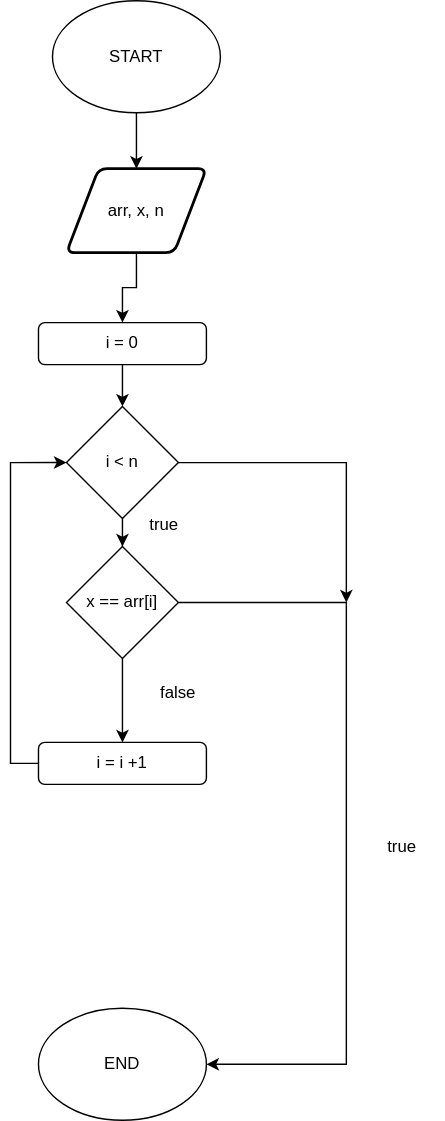
Above: Sequential Search.drawio.svg in FilipKatana/Dijagrami (draw.io), before the change. Source tidied: cells renumbered, new cells last; positions are measured from the earlier drawing's top-left corner, leaving out a move shared by most shapes. Its diagram source:
```xml
<mxGraphModel>
  <root>
    <mxCell id="0" />
    <mxCell id="1" parent="0" />
    <mxCell id="2" style="edgeStyle=orthogonalEdgeStyle;rounded=0;jettySize=auto;html=1;entryX=0.5;entryY=0;entryDx=0;entryDy=0;" parent="1" edge="1" source="3" target="6">
      <mxGeometry relative="1" as="geometry" />
    </mxCell>
    <mxCell id="3" style="ellipse;whiteSpace=wrap;html=1;" parent="1" vertex="1">
      <mxGeometry x="30" width="120" height="80" as="geometry" />
    </mxCell>
    <mxCell id="4" value="START" style="text;html=1;strokeColor=none;fillColor=none;align=center;verticalAlign=middle;whiteSpace=wrap;rounded=0;" parent="1" vertex="1">
      <mxGeometry x="60" y="25" width="60" height="30" as="geometry" />
    </mxCell>
    <mxCell id="5" style="edgeStyle=orthogonalEdgeStyle;rounded=0;jettySize=auto;html=1;" parent="1" edge="1" source="6" target="8">
      <mxGeometry relative="1" as="geometry" />
    </mxCell>
    <mxCell id="6" style="shape=parallelogram;html=1;strokeWidth=2;perimeter=parallelogramPerimeter;whiteSpace=wrap;rounded=1;arcSize=12;size=0.23;" parent="1" vertex="1">
      <mxGeometry x="40" y="120" width="100" height="60" as="geometry" />
    </mxCell>
    <mxCell id="7" value="arr, x, n" style="text;html=1;strokeColor=none;fillColor=none;align=center;verticalAlign=middle;whiteSpace=wrap;rounded=0;" parent="1" vertex="1">
      <mxGeometry x="60" y="135" width="60" height="30" as="geometry" />
    </mxCell>
    <mxCell id="8" style="rounded=1;whiteSpace=wrap;html=1;" parent="1" vertex="1">
      <mxGeometry x="20" y="230" width="120" height="30" as="geometry" />
    </mxCell>
    <mxCell id="9" style="edgeStyle=orthogonalEdgeStyle;rounded=0;jettySize=auto;html=1;" parent="1" edge="1" source="10" target="13">
      <mxGeometry relative="1" as="geometry" />
    </mxCell>
    <mxCell id="10" value="i = 0" style="text;html=1;strokeColor=none;fillColor=none;align=center;verticalAlign=middle;whiteSpace=wrap;rounded=0;" parent="1" vertex="1">
      <mxGeometry x="50" y="230" width="60" height="30" as="geometry" />
    </mxCell>
    <mxCell id="11" style="edgeStyle=orthogonalEdgeStyle;rounded=0;jettySize=auto;html=1;entryX=0.5;entryY=0;entryDx=0;entryDy=0;" parent="1" edge="1" source="13" target="17">
      <mxGeometry relative="1" as="geometry" />
    </mxCell>
    <mxCell id="12" style="edgeStyle=orthogonalEdgeStyle;rounded=0;jettySize=auto;html=1;" parent="1" edge="1" source="13">
      <mxGeometry relative="1" as="geometry">
        <mxPoint x="240" y="430" as="targetPoint" />
      </mxGeometry>
    </mxCell>
    <mxCell id="13" style="rhombus;whiteSpace=wrap;html=1;" parent="1" vertex="1">
      <mxGeometry x="40" y="290" width="80" height="80" as="geometry" />
    </mxCell>
    <mxCell id="14" value="i &amp;lt; n" style="text;html=1;strokeColor=none;fillColor=none;align=center;verticalAlign=middle;whiteSpace=wrap;rounded=0;" parent="1" vertex="1">
      <mxGeometry x="50" y="315" width="60" height="30" as="geometry" />
    </mxCell>
    <mxCell id="15" style="edgeStyle=orthogonalEdgeStyle;rounded=0;jettySize=auto;html=1;entryX=1;entryY=0.5;entryDx=0;entryDy=0;" parent="1" edge="1" source="17" target="19">
      <mxGeometry relative="1" as="geometry">
        <Array as="points">
          <mxPoint x="240" y="430" />
          <mxPoint x="240" y="760" />
        </Array>
      </mxGeometry>
    </mxCell>
    <mxCell id="16" style="edgeStyle=orthogonalEdgeStyle;rounded=0;jettySize=auto;html=1;" parent="1" edge="1" source="17" target="25">
      <mxGeometry relative="1" as="geometry" />
    </mxCell>
    <mxCell id="17" style="rhombus;whiteSpace=wrap;html=1;" parent="1" vertex="1">
      <mxGeometry x="40" y="390" width="80" height="80" as="geometry" />
    </mxCell>
    <mxCell id="18" value="x == arr[i]" style="text;html=1;strokeColor=none;fillColor=none;align=center;verticalAlign=middle;whiteSpace=wrap;rounded=0;" parent="1" vertex="1">
      <mxGeometry x="50" y="415" width="60" height="30" as="geometry" />
    </mxCell>
    <mxCell id="19" style="ellipse;whiteSpace=wrap;html=1;" parent="1" vertex="1">
      <mxGeometry x="20" y="720" width="120" height="80" as="geometry" />
    </mxCell>
    <mxCell id="20" value="END&lt;br&gt;" style="text;html=1;strokeColor=none;fillColor=none;align=center;verticalAlign=middle;whiteSpace=wrap;rounded=0;" parent="1" vertex="1">
      <mxGeometry x="50" y="745" width="60" height="30" as="geometry" />
    </mxCell>
    <mxCell id="21" value="true&lt;br&gt;" style="text;html=1;strokeColor=none;fillColor=none;align=center;verticalAlign=middle;whiteSpace=wrap;rounded=0;" parent="1" vertex="1">
      <mxGeometry x="250" y="590" width="60" height="30" as="geometry" />
    </mxCell>
    <mxCell id="22" value="false&lt;br&gt;" style="text;html=1;strokeColor=none;fillColor=none;align=center;verticalAlign=middle;whiteSpace=wrap;rounded=0;" parent="1" vertex="1">
      <mxGeometry x="90" y="480" width="60" height="30" as="geometry" />
    </mxCell>
    <mxCell id="23" style="edgeStyle=orthogonalEdgeStyle;rounded=0;jettySize=auto;html=1;entryX=0;entryY=0.5;entryDx=0;entryDy=0;" parent="1" edge="1" source="24" target="13">
      <mxGeometry relative="1" as="geometry">
        <Array as="points">
          <mxPoint y="545" />
          <mxPoint y="330" />
        </Array>
      </mxGeometry>
    </mxCell>
    <mxCell id="24" style="rounded=1;whiteSpace=wrap;html=1;" parent="1" vertex="1">
      <mxGeometry x="20" y="530" width="120" height="30" as="geometry" />
    </mxCell>
    <mxCell id="25" value="i = i +1" style="text;html=1;strokeColor=none;fillColor=none;align=center;verticalAlign=middle;whiteSpace=wrap;rounded=0;" parent="1" vertex="1">
      <mxGeometry x="50" y="530" width="60" height="30" as="geometry" />
    </mxCell>
    <mxCell id="26" value="true" style="text;html=1;strokeColor=none;fillColor=none;align=center;verticalAlign=middle;whiteSpace=wrap;rounded=0;" parent="1" vertex="1">
      <mxGeometry x="80" y="360" width="60" height="30" as="geometry" />
    </mxCell>
  </root>
</mxGraphModel>
```
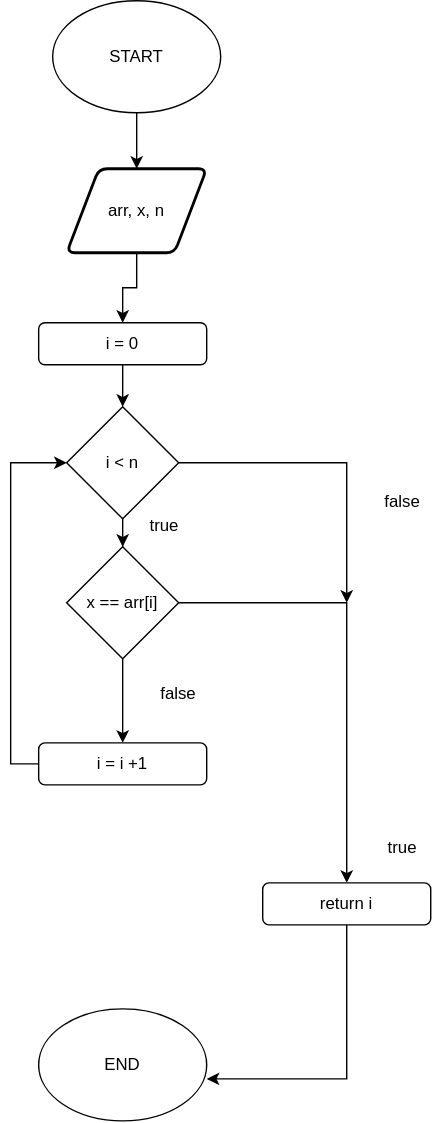
Later version of the same file.

The edit, as a diff of the source:
```diff
@@ -43,17 +43,12 @@
     <mxCell id="14" value="i &amp;lt; n" style="text;html=1;strokeColor=none;fillColor=none;align=center;verticalAlign=middle;whiteSpace=wrap;rounded=0;" parent="1" vertex="1">
       <mxGeometry x="50" y="315" width="60" height="30" as="geometry" />
     </mxCell>
-    <mxCell id="15" style="edgeStyle=orthogonalEdgeStyle;rounded=0;jettySize=auto;html=1;entryX=1;entryY=0.5;entryDx=0;entryDy=0;" parent="1" edge="1" source="17" target="19">
-      <mxGeometry relative="1" as="geometry">
-        <Array as="points">
-          <mxPoint x="240" y="430" />
-          <mxPoint x="240" y="760" />
-        </Array>
-      </mxGeometry>
-    </mxCell>
     <mxCell id="16" style="edgeStyle=orthogonalEdgeStyle;rounded=0;jettySize=auto;html=1;" parent="1" edge="1" source="17" target="25">
       <mxGeometry relative="1" as="geometry" />
     </mxCell>
+    <mxCell id="27" style="edgeStyle=orthogonalEdgeStyle;rounded=0;jettySize=auto;html=1;" parent="1" edge="1" source="17" target="28">
+      <mxGeometry relative="1" as="geometry" />
+    </mxCell>
     <mxCell id="17" style="rhombus;whiteSpace=wrap;html=1;" parent="1" vertex="1">
       <mxGeometry x="40" y="390" width="80" height="80" as="geometry" />
     </mxCell>
@@ -89,5 +84,21 @@
     <mxCell id="26" value="true" style="text;html=1;strokeColor=none;fillColor=none;align=center;verticalAlign=middle;whiteSpace=wrap;rounded=0;" parent="1" vertex="1">
       <mxGeometry x="80" y="360" width="60" height="30" as="geometry" />
     </mxCell>
+    <mxCell id="28" style="rounded=1;whiteSpace=wrap;html=1;" parent="1" vertex="1">
+      <mxGeometry x="180" y="630" width="120" height="30" as="geometry" />
+    </mxCell>
+    <mxCell id="29" style="edgeStyle=orthogonalEdgeStyle;rounded=0;jettySize=auto;html=1;entryX=1;entryY=0.625;entryDx=0;entryDy=0;entryPerimeter=0;" parent="1" edge="1" source="30" target="19">
+      <mxGeometry relative="1" as="geometry">
+        <Array as="points">
+          <mxPoint x="240" y="770" />
+        </Array>
+      </mxGeometry>
+    </mxCell>
+    <mxCell id="30" value="return i" style="text;html=1;strokeColor=none;fillColor=none;align=center;verticalAlign=middle;whiteSpace=wrap;rounded=0;" parent="1" vertex="1">
+      <mxGeometry x="210" y="630" width="60" height="30" as="geometry" />
+    </mxCell>
+    <mxCell id="31" value="&lt;div&gt;false&lt;/div&gt;&lt;div&gt;&lt;br&gt;&lt;/div&gt;" style="text;html=1;strokeColor=none;fillColor=none;align=center;verticalAlign=middle;whiteSpace=wrap;rounded=0;" parent="1" vertex="1">
+      <mxGeometry x="250" y="350" width="60" height="30" as="geometry" />
+    </mxCell>
   </root>
 </mxGraphModel>
```
